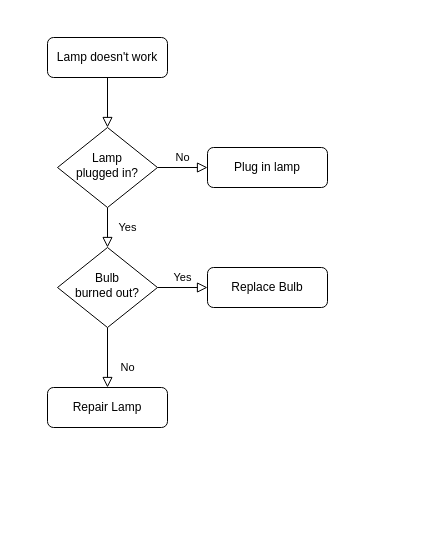
Above: 未命名绘图.drawio in rainerpiao/cloud-computing (draw.io), before the change. Source tidied: cells renumbered, new cells numbered last; positions are measured from the earlier drawing's top-left corner, leaving out a move shared by most shapes. Both pictures are drawn from the tidied source at 100%, with x=0, y=0 at pixel (47, 37).
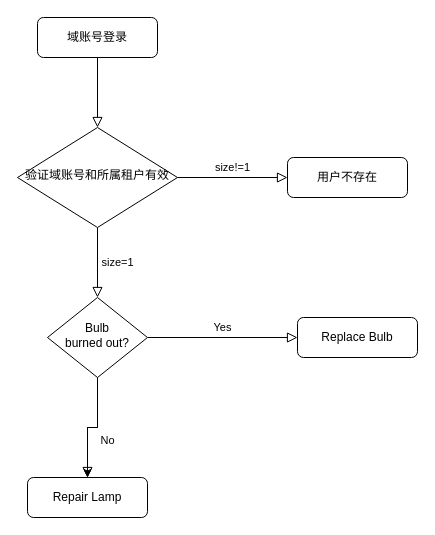
After the change.

What changed in the source:
```diff
@@
 <mxGraphModel>
   <root>
     <mxCell id="0" />
     <mxCell id="1" parent="0" />
     <mxCell id="2" style="rounded=0;html=1;jettySize=auto;fontSize=11;endArrow=block;endFill=0;endSize=8;strokeWidth=1;shadow=0;labelBackgroundColor=none;edgeStyle=orthogonalEdgeStyle;" parent="1" edge="1" source="3" target="6">
       <mxGeometry relative="1" as="geometry" />
     </mxCell>
-    <mxCell id="3" value="Lamp doesn't work" style="rounded=1;whiteSpace=wrap;html=1;fontSize=12;glass=0;strokeWidth=1;shadow=0;" parent="1" vertex="1">
-      <mxGeometry width="120" height="40" as="geometry" />
+    <mxCell id="3" value="域账号登录" style="rounded=1;whiteSpace=wrap;html=1;fontSize=12;glass=0;strokeWidth=1;shadow=0;" parent="1" vertex="1">
+      <mxGeometry x="-10" y="-20" width="120" height="40" as="geometry" />
     </mxCell>
-    <mxCell id="4" value="Yes" style="rounded=0;html=1;jettySize=auto;fontSize=11;endArrow=block;endFill=0;endSize=8;strokeWidth=1;shadow=0;labelBackgroundColor=none;edgeStyle=orthogonalEdgeStyle;" parent="1" edge="1" source="6" target="10">
+    <mxCell id="4" value="size=1" style="rounded=0;html=1;jettySize=auto;fontSize=11;endArrow=block;endFill=0;endSize=8;strokeWidth=1;shadow=0;labelBackgroundColor=none;edgeStyle=orthogonalEdgeStyle;" parent="1" edge="1" source="6" target="10">
       <mxGeometry y="20" relative="1" as="geometry" />
     </mxCell>
-    <mxCell id="5" value="No" style="edgeStyle=orthogonalEdgeStyle;rounded=0;html=1;jettySize=auto;fontSize=11;endArrow=block;endFill=0;endSize=8;strokeWidth=1;shadow=0;labelBackgroundColor=none;" parent="1" edge="1" source="6" target="7">
+    <mxCell id="5" value="size!=1" style="edgeStyle=orthogonalEdgeStyle;rounded=0;html=1;jettySize=auto;fontSize=11;endArrow=block;endFill=0;endSize=8;strokeWidth=1;shadow=0;labelBackgroundColor=none;" parent="1" edge="1" source="6" target="7">
       <mxGeometry y="10" relative="1" as="geometry" />
     </mxCell>
-    <mxCell id="6" value="Lamp&lt;br&gt;plugged in?" style="rhombus;whiteSpace=wrap;html=1;shadow=0;fontFamily=Helvetica;fontSize=12;align=center;strokeWidth=1;spacing=6;spacingTop=-4;" parent="1" vertex="1">
-      <mxGeometry x="10" y="90" width="100" height="80" as="geometry" />
+    <mxCell id="6" value="验证域账号和所属租户有效" style="rhombus;whiteSpace=wrap;html=1;shadow=0;fontFamily=Helvetica;fontSize=12;align=center;strokeWidth=1;spacing=6;spacingTop=-4;" parent="1" vertex="1">
+      <mxGeometry x="-30" y="90" width="160" height="100" as="geometry" />
     </mxCell>
-    <mxCell id="7" value="Plug in lamp" style="rounded=1;whiteSpace=wrap;html=1;fontSize=12;glass=0;strokeWidth=1;shadow=0;" parent="1" vertex="1">
-      <mxGeometry x="160" y="110" width="120" height="40" as="geometry" />
+    <mxCell id="7" value="用户不存在" style="rounded=1;whiteSpace=wrap;html=1;fontSize=12;glass=0;strokeWidth=1;shadow=0;" parent="1" vertex="1">
+      <mxGeometry x="240" y="120" width="120" height="40" as="geometry" />
     </mxCell>
     <mxCell id="8" value="No" style="rounded=0;html=1;jettySize=auto;fontSize=11;endArrow=block;endFill=0;endSize=8;strokeWidth=1;shadow=0;labelBackgroundColor=none;edgeStyle=orthogonalEdgeStyle;" parent="1" edge="1" source="10" target="11">
       <mxGeometry x="0.33" y="20" relative="1" as="geometry" />
     </mxCell>
     <mxCell id="9" value="Yes" style="edgeStyle=orthogonalEdgeStyle;rounded=0;html=1;jettySize=auto;fontSize=11;endArrow=block;endFill=0;endSize=8;strokeWidth=1;shadow=0;labelBackgroundColor=none;" parent="1" edge="1" source="10" target="12">
       <mxGeometry y="10" relative="1" as="geometry" />
     </mxCell>
+    <mxCell id="13" style="edgeStyle=orthogonalEdgeStyle;rounded=0;jettySize=auto;html=1;" parent="1" edge="1" source="10" target="11">
+      <mxGeometry relative="1" as="geometry" />
+    </mxCell>
     <mxCell id="10" value="Bulb&lt;br&gt;burned out?" style="rhombus;whiteSpace=wrap;html=1;shadow=0;fontFamily=Helvetica;fontSize=12;align=center;strokeWidth=1;spacing=6;spacingTop=-4;" parent="1" vertex="1">
-      <mxGeometry x="10" y="210" width="100" height="80" as="geometry" />
+      <mxGeometry y="260" width="100" height="80" as="geometry" />
     </mxCell>
     <mxCell id="11" value="Repair Lamp" style="rounded=1;whiteSpace=wrap;html=1;fontSize=12;glass=0;strokeWidth=1;shadow=0;" parent="1" vertex="1">
-      <mxGeometry y="350" width="120" height="40" as="geometry" />
+      <mxGeometry x="-20" y="440" width="120" height="40" as="geometry" />
     </mxCell>
     <mxCell id="12" value="Replace Bulb" style="rounded=1;whiteSpace=wrap;html=1;fontSize=12;glass=0;strokeWidth=1;shadow=0;" parent="1" vertex="1">
-      <mxGeometry x="160" y="230" width="120" height="40" as="geometry" />
+      <mxGeometry x="250" y="280" width="120" height="40" as="geometry" />
     </mxCell>
   </root>
 </mxGraphModel>
```
